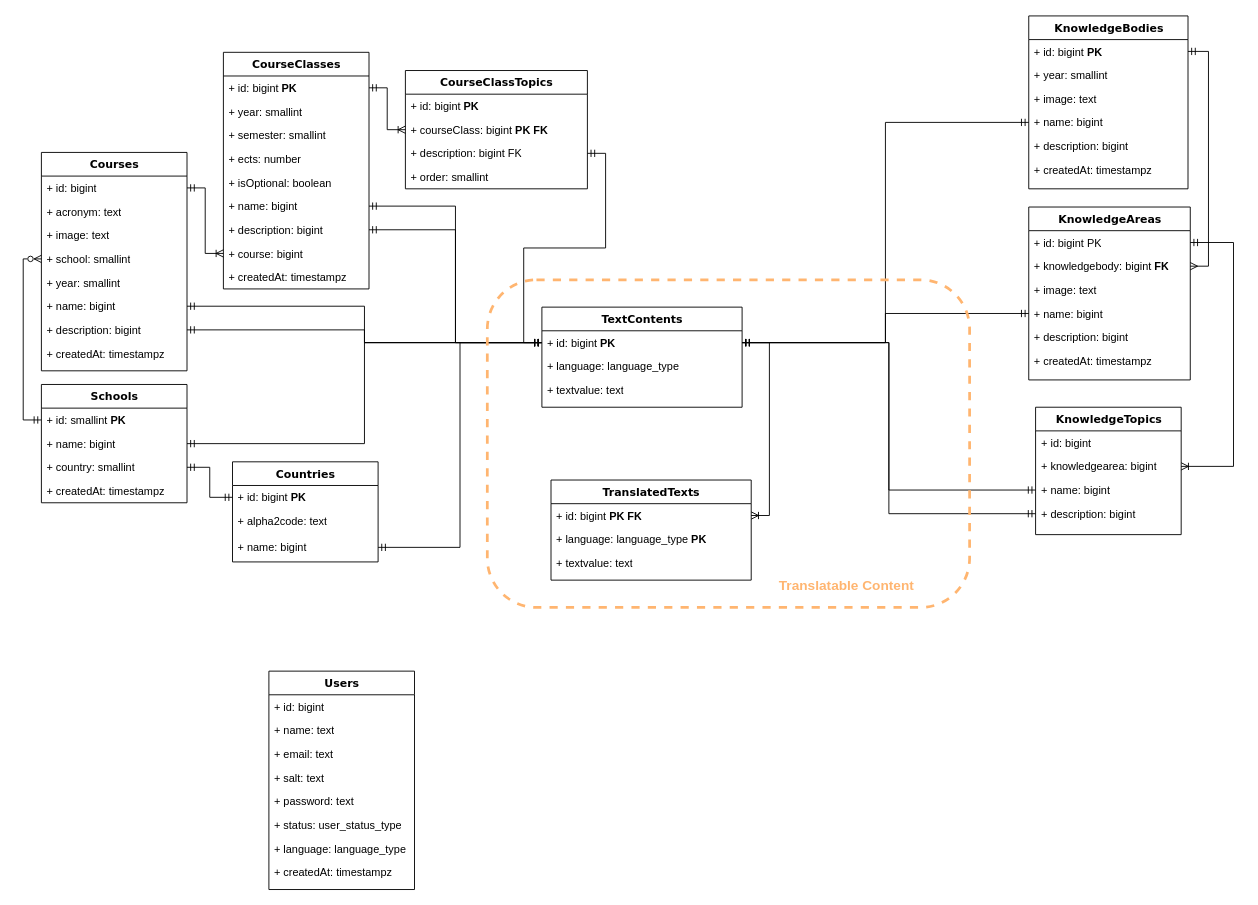
This is src/main/resources/diagrams/SweRanker_ERD.drawio from cmg-aeminium/knowledge, a draw.io file, before an edit. Source tidied: cells renumbered, new cells numbered last; positions are measured from the earlier drawing's top-left corner, leaving out a move shared by most shapes. Both pictures are drawn from the tidied source at 91%, with x=0, y=0 at pixel (41, 15).
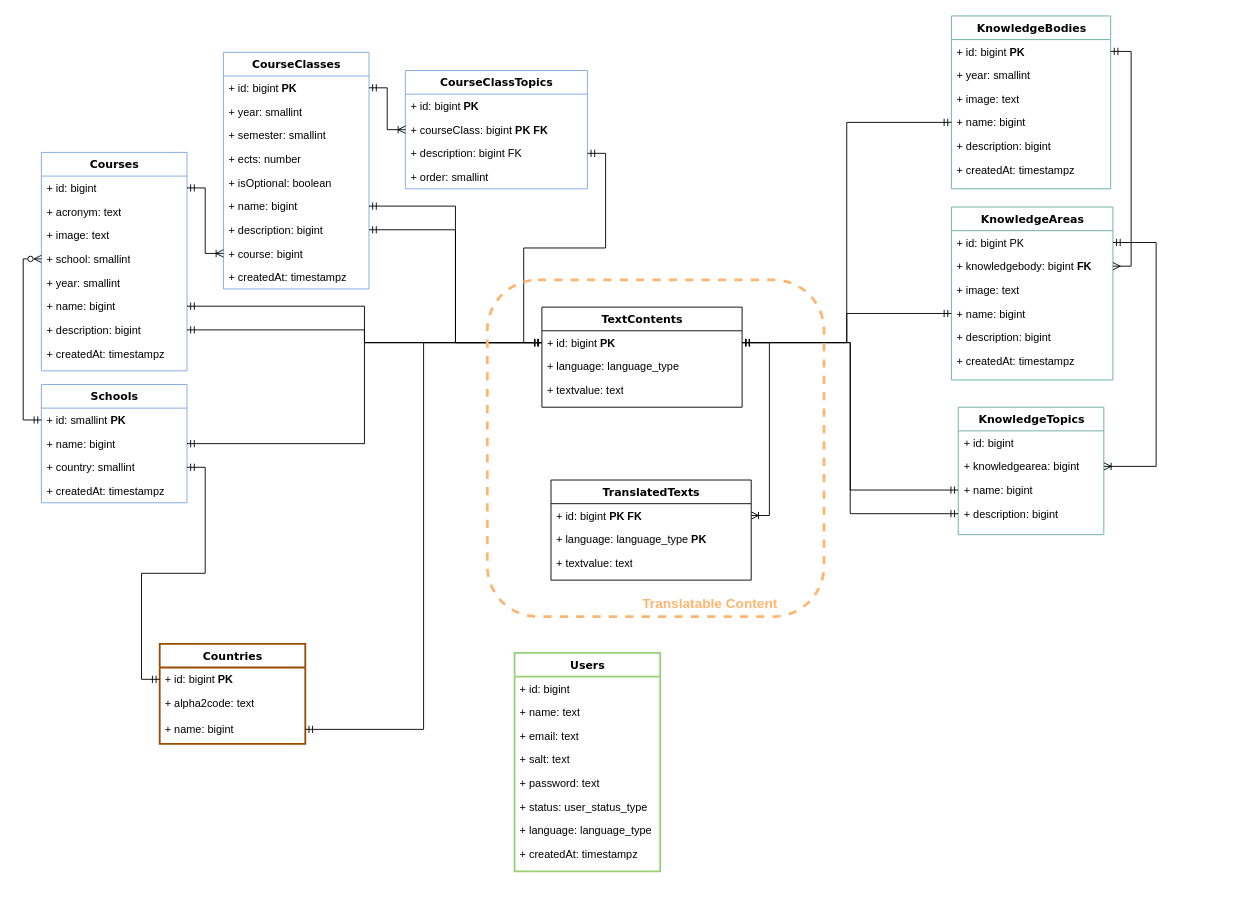
Above is the later version.

The change refers to these unchanged cells:
```xml
<mxCell id="12" value="+ id: bigint PK" style="text;html=1;strokeColor=none;fillColor=none;align=left;verticalAlign=top;spacingLeft=4;spacingRight=4;whiteSpace=wrap;overflow=hidden;points=[[0,0.5],[1,0.5]];portConstraint=eastwest;" parent="11" vertex="1">
  <mxGeometry y="26" width="177.5" height="26" as="geometry" />
</mxCell>
<mxCell id="36" value="+ knowledgearea: bigint" style="text;html=1;strokeColor=none;fillColor=none;align=left;verticalAlign=top;spacingLeft=4;spacingRight=4;whiteSpace=wrap;overflow=hidden;points=[[0,0.5],[1,0.5]];portConstraint=eastwest;" parent="34" vertex="1">
  <mxGeometry y="52" width="160" height="26" as="geometry" />
</mxCell>
<mxCell id="86" value="+ id: bigint &lt;b&gt;PK FK&lt;/b&gt;" style="text;html=1;strokeColor=none;fillColor=none;align=left;verticalAlign=top;spacingLeft=4;spacingRight=4;whiteSpace=wrap;overflow=hidden;points=[[0,0.5],[1,0.5]];portConstraint=eastwest;" parent="85" vertex="1">
  <mxGeometry y="26" width="220" height="26" as="geometry" />
</mxCell>
```

Change to the diagram source:
```diff
@@
-    <mxCell id="2" value="Courses" style="swimlane;html=1;fontStyle=1;align=center;verticalAlign=top;horizontal=1;startSize=26;swimlaneFillColor=#ffffff;rounded=0;shadow=0;comic=0;labelBackgroundColor=none;strokeWidth=1;fillColor=none;fontFamily=Verdana;fontSize=12;" parent="1" vertex="1">
+    <mxCell id="2" value="Courses" style="swimlane;html=1;fontStyle=1;align=center;verticalAlign=top;horizontal=1;startSize=26;swimlaneFillColor=#ffffff;rounded=0;shadow=0;comic=0;labelBackgroundColor=none;strokeWidth=1;fillColor=none;fontFamily=Verdana;fontSize=12;strokeColor=#7EA6E0;" parent="1" vertex="1">
       <mxGeometry y="150" width="160" height="240" as="geometry" />
     </mxCell>
@@
-    <mxCell id="11" value="KnowledgeAreas" style="swimlane;html=1;fontStyle=1;align=center;verticalAlign=top;horizontal=1;startSize=26;swimlaneFillColor=#ffffff;rounded=0;shadow=0;comic=0;labelBackgroundColor=none;strokeWidth=1;fillColor=none;fontFamily=Verdana;fontSize=12;" parent="1" vertex="1">
-      <mxGeometry x="1085" y="210" width="177.5" height="190" as="geometry" />
+    <mxCell id="11" value="KnowledgeAreas" style="swimlane;html=1;fontStyle=1;align=center;verticalAlign=top;horizontal=1;startSize=26;swimlaneFillColor=#ffffff;rounded=0;shadow=0;comic=0;labelBackgroundColor=none;strokeWidth=1;fillColor=none;fontFamily=Verdana;fontSize=12;strokeColor=#67AB9F;" parent="1" vertex="1">
+      <mxGeometry x="1000" y="210" width="177.5" height="190" as="geometry" />
     </mxCell>
@@
-    <mxCell id="19" value="Schools" style="swimlane;html=1;fontStyle=1;align=center;verticalAlign=top;horizontal=1;startSize=26;swimlaneFillColor=#ffffff;rounded=0;shadow=0;comic=0;labelBackgroundColor=none;strokeWidth=1;fillColor=none;fontFamily=Verdana;fontSize=12;" parent="1" vertex="1">
+    <mxCell id="19" value="Schools" style="swimlane;html=1;fontStyle=1;align=center;verticalAlign=top;horizontal=1;startSize=26;swimlaneFillColor=#ffffff;rounded=0;shadow=0;comic=0;labelBackgroundColor=none;strokeWidth=1;fillColor=none;fontFamily=Verdana;fontSize=12;strokeColor=#7EA6E0;" parent="1" vertex="1">
       <mxGeometry y="405" width="160" height="130" as="geometry" />
     </mxCell>
@@
-    <mxCell id="24" value="CourseClasses" style="swimlane;html=1;fontStyle=1;align=center;verticalAlign=top;horizontal=1;startSize=26;swimlaneFillColor=#ffffff;rounded=0;shadow=0;comic=0;labelBackgroundColor=none;strokeWidth=1;fillColor=none;fontFamily=Verdana;fontSize=12;" parent="1" vertex="1">
+    <mxCell id="24" value="CourseClasses" style="swimlane;html=1;fontStyle=1;align=center;verticalAlign=top;horizontal=1;startSize=26;swimlaneFillColor=#ffffff;rounded=0;shadow=0;comic=0;labelBackgroundColor=none;strokeWidth=1;fillColor=none;fontFamily=Verdana;fontSize=12;strokeColor=#7EA6E0;" parent="1" vertex="1">
       <mxGeometry x="200" y="40" width="160" height="260" as="geometry" />
     </mxCell>
@@
-    <mxCell id="34" value="KnowledgeTopics" style="swimlane;html=1;fontStyle=1;align=center;verticalAlign=top;horizontal=1;startSize=26;swimlaneFillColor=#ffffff;rounded=0;shadow=0;comic=0;labelBackgroundColor=none;strokeWidth=1;fillColor=none;fontFamily=Verdana;fontSize=12;" parent="1" vertex="1">
-      <mxGeometry x="1092.5" y="430" width="160" height="140" as="geometry" />
+    <mxCell id="34" value="KnowledgeTopics" style="swimlane;html=1;fontStyle=1;align=center;verticalAlign=top;horizontal=1;startSize=26;swimlaneFillColor=#ffffff;rounded=0;shadow=0;comic=0;labelBackgroundColor=none;strokeWidth=1;fillColor=none;fontFamily=Verdana;fontSize=12;strokeColor=#67AB9F;" parent="1" vertex="1">
+      <mxGeometry x="1007.5" y="430" width="160" height="140" as="geometry" />
     </mxCell>
@@
     <mxCell id="40" style="edgeStyle=orthogonalEdgeStyle;rounded=0;jettySize=auto;html=1;exitX=1;exitY=0.5;exitDx=0;exitDy=0;endArrow=ERoneToMany;endFill=0;startArrow=ERmandOne;startFill=0;entryX=1;entryY=0.5;entryDx=0;entryDy=0;" parent="1" edge="1" source="12" target="36">
       <mxGeometry relative="1" as="geometry">
         <Array as="points">
-          <mxPoint x="1310" y="249" />
-          <mxPoint x="1310" y="495" />
+          <mxPoint x="1225" y="249" />
+          <mxPoint x="1225" y="495" />
         </Array>
       </mxGeometry>
     </mxCell>
@@
-    <mxCell id="44" value="Countries" style="swimlane;html=1;fontStyle=1;align=center;verticalAlign=top;horizontal=1;startSize=26;swimlaneFillColor=#ffffff;rounded=0;shadow=0;comic=0;labelBackgroundColor=none;strokeWidth=1;fillColor=none;fontFamily=Verdana;fontSize=12;" parent="1" vertex="1">
-      <mxGeometry x="210" y="490" width="160" height="110" as="geometry" />
+    <mxCell id="44" value="Countries" style="swimlane;html=1;fontStyle=1;align=center;verticalAlign=top;horizontal=1;startSize=26;swimlaneFillColor=#ffffff;rounded=0;shadow=0;comic=0;labelBackgroundColor=none;strokeWidth=2;fillColor=none;fontFamily=Verdana;fontSize=12;strokeColor=#994C00;" parent="1" vertex="1">
+      <mxGeometry x="130" y="690" width="160" height="110" as="geometry" />
     </mxCell>
@@
-    <mxCell id="52" value="CourseClassTopics" style="swimlane;html=1;fontStyle=1;align=center;verticalAlign=top;horizontal=1;startSize=26;swimlaneFillColor=#ffffff;rounded=0;shadow=0;comic=0;labelBackgroundColor=none;strokeWidth=1;fillColor=none;fontFamily=Verdana;fontSize=12;" parent="1" vertex="1">
+    <mxCell id="52" value="CourseClassTopics" style="swimlane;html=1;fontStyle=1;align=center;verticalAlign=top;horizontal=1;startSize=26;swimlaneFillColor=#ffffff;rounded=0;shadow=0;comic=0;labelBackgroundColor=none;strokeWidth=1;fillColor=none;fontFamily=Verdana;fontSize=12;strokeColor=#7EA6E0;" parent="1" vertex="1">
       <mxGeometry x="400" y="60" width="200" height="130" as="geometry" />
     </mxCell>
@@
-    <mxCell id="59" value="KnowledgeBodies" style="swimlane;html=1;fontStyle=1;align=center;verticalAlign=top;horizontal=1;startSize=26;swimlaneFillColor=#ffffff;rounded=0;shadow=0;comic=0;labelBackgroundColor=none;strokeWidth=1;fillColor=none;fontFamily=Verdana;fontSize=12;" parent="1" vertex="1">
-      <mxGeometry x="1085" width="175" height="190" as="geometry" />
+    <mxCell id="59" value="KnowledgeBodies" style="swimlane;html=1;fontStyle=1;align=center;verticalAlign=top;horizontal=1;startSize=26;swimlaneFillColor=#ffffff;rounded=0;shadow=0;comic=0;labelBackgroundColor=none;strokeWidth=1;fillColor=none;fontFamily=Verdana;fontSize=12;strokeColor=#67AB9F;" parent="1" vertex="1">
+      <mxGeometry x="1000" width="175" height="190" as="geometry" />
     </mxCell>
@@
-    <mxCell id="72" value="Users" style="swimlane;html=1;fontStyle=1;align=center;verticalAlign=top;horizontal=1;startSize=26;swimlaneFillColor=#ffffff;rounded=0;shadow=0;comic=0;labelBackgroundColor=none;strokeWidth=1;fillColor=none;fontFamily=Verdana;fontSize=12;" parent="1" vertex="1">
-      <mxGeometry x="250" y="720" width="160" height="240" as="geometry" />
+    <mxCell id="72" value="Users" style="swimlane;html=1;fontStyle=1;align=center;verticalAlign=top;horizontal=1;startSize=26;swimlaneFillColor=#ffffff;rounded=0;shadow=0;comic=0;labelBackgroundColor=none;strokeWidth=2;fillColor=none;fontFamily=Verdana;fontSize=12;strokeColor=#97D077;" parent="1" vertex="1">
+      <mxGeometry x="520" y="700" width="160" height="240" as="geometry" />
     </mxCell>
@@
-    <mxCell id="81" style="group;" parent="1" vertex="1">
-      <mxGeometry x="490" y="290" width="530" height="360" as="geometry" />
-    </mxCell>
-    <mxCell id="82" style="group;" parent="81" vertex="1">
-      <mxGeometry width="530" height="360" as="geometry" />
-    </mxCell>
+    <mxCell id="89" value="TextContents" style="swimlane;html=1;fontStyle=1;align=center;verticalAlign=top;horizontal=1;startSize=26;swimlaneFillColor=#ffffff;rounded=0;shadow=0;comic=0;labelBackgroundColor=none;strokeWidth=1;fillColor=none;fontFamily=Verdana;fontSize=12;" parent="1" vertex="1">
+      <mxGeometry x="550" y="320" width="220" height="110" as="geometry" />
+    </mxCell>
+    <mxCell id="90" value="+ id: bigint &lt;b&gt;PK&lt;/b&gt;" style="text;html=1;strokeColor=none;fillColor=none;align=left;verticalAlign=top;spacingLeft=4;spacingRight=4;whiteSpace=wrap;overflow=hidden;points=[[0,0.5],[1,0.5]];portConstraint=eastwest;" parent="89" vertex="1">
+      <mxGeometry y="26" width="220" height="26" as="geometry" />
+    </mxCell>
+    <mxCell id="91" value="+ language: language_type" style="text;html=1;strokeColor=none;fillColor=none;align=left;verticalAlign=top;spacingLeft=4;spacingRight=4;whiteSpace=wrap;overflow=hidden;" parent="89" vertex="1">
+      <mxGeometry y="52" width="220" height="26" as="geometry" />
+    </mxCell>
+    <mxCell id="92" value="+ textvalue: text" style="text;html=1;strokeColor=none;fillColor=none;align=left;verticalAlign=top;spacingLeft=4;spacingRight=4;whiteSpace=wrap;overflow=hidden;" parent="89" vertex="1">
+      <mxGeometry y="78" width="220" height="26" as="geometry" />
+    </mxCell>
+    <mxCell id="93" style="edgeStyle=orthogonalEdgeStyle;rounded=0;jettySize=auto;html=1;exitX=1;exitY=0.5;exitDx=0;exitDy=0;entryX=1;entryY=0.5;entryDx=0;entryDy=0;startArrow=ERmandOne;startFill=0;endArrow=ERoneToMany;endFill=0;" parent="1" edge="1" source="90" target="86">
+      <mxGeometry relative="1" as="geometry" />
+    </mxCell>
-    <mxCell id="83" style="rounded=1;whiteSpace=wrap;html=1;dashed=1;fillColor=none;fontColor=#333333;strokeColor=#FFB570;strokeWidth=3;" parent="82" vertex="1">
-      <mxGeometry width="530" height="360" as="geometry" />
+    <mxCell id="83" style="rounded=1;whiteSpace=wrap;html=1;dashed=1;fillColor=none;fontColor=#333333;strokeColor=#FFB570;strokeWidth=3;" parent="1" vertex="1">
+      <mxGeometry x="490" y="290" width="370" height="370" as="geometry" />
     </mxCell>
-    <mxCell id="84" value="&lt;font style=&quot;font-size: 15px;&quot;&gt;Translatable Content&lt;/font&gt;" style="text;html=1;align=center;verticalAlign=middle;whiteSpace=wrap;rounded=0;fontColor=#FFB570;fontStyle=1;" parent="82" vertex="1">
-      <mxGeometry x="290" y="320" width="210" height="30" as="geometry" />
+    <mxCell id="84" value="&lt;font style=&quot;font-size: 15px;&quot;&gt;Translatable Content&lt;/font&gt;" style="text;html=1;align=center;verticalAlign=middle;whiteSpace=wrap;rounded=0;fontColor=#FFB570;fontStyle=1;" parent="1" vertex="1">
+      <mxGeometry x="630" y="630" width="210" height="30" as="geometry" />
     </mxCell>
-    <mxCell id="85" value="TranslatedTexts" style="swimlane;html=1;fontStyle=1;align=center;verticalAlign=top;horizontal=1;startSize=26;swimlaneFillColor=#ffffff;rounded=0;shadow=0;comic=0;labelBackgroundColor=none;strokeWidth=1;fillColor=none;fontFamily=Verdana;fontSize=12;" parent="82" vertex="1">
-      <mxGeometry x="70" y="220" width="220" height="110" as="geometry" />
+    <mxCell id="85" value="TranslatedTexts" style="swimlane;html=1;fontStyle=1;align=center;verticalAlign=top;horizontal=1;startSize=26;swimlaneFillColor=#ffffff;rounded=0;shadow=0;comic=0;labelBackgroundColor=none;strokeWidth=1;fillColor=none;fontFamily=Verdana;fontSize=12;" parent="1" vertex="1">
+      <mxGeometry x="560" y="510" width="220" height="110" as="geometry" />
     </mxCell>
@@
-    <mxCell id="89" value="TextContents" style="swimlane;html=1;fontStyle=1;align=center;verticalAlign=top;horizontal=1;startSize=26;swimlaneFillColor=#ffffff;rounded=0;shadow=0;comic=0;labelBackgroundColor=none;strokeWidth=1;fillColor=none;fontFamily=Verdana;fontSize=12;" parent="81" vertex="1">
-      <mxGeometry x="60" y="30" width="220" height="110" as="geometry" />
-    </mxCell>
-    <mxCell id="90" value="+ id: bigint &lt;b&gt;PK&lt;/b&gt;" style="text;html=1;strokeColor=none;fillColor=none;align=left;verticalAlign=top;spacingLeft=4;spacingRight=4;whiteSpace=wrap;overflow=hidden;points=[[0,0.5],[1,0.5]];portConstraint=eastwest;" parent="89" vertex="1">
-      <mxGeometry y="26" width="220" height="26" as="geometry" />
-    </mxCell>
-    <mxCell id="91" value="+ language: language_type" style="text;html=1;strokeColor=none;fillColor=none;align=left;verticalAlign=top;spacingLeft=4;spacingRight=4;whiteSpace=wrap;overflow=hidden;" parent="89" vertex="1">
-      <mxGeometry y="52" width="220" height="26" as="geometry" />
-    </mxCell>
-    <mxCell id="92" value="+ textvalue: text" style="text;html=1;strokeColor=none;fillColor=none;align=left;verticalAlign=top;spacingLeft=4;spacingRight=4;whiteSpace=wrap;overflow=hidden;" parent="89" vertex="1">
-      <mxGeometry y="78" width="220" height="26" as="geometry" />
-    </mxCell>
-    <mxCell id="93" style="edgeStyle=orthogonalEdgeStyle;rounded=0;jettySize=auto;html=1;exitX=1;exitY=0.5;exitDx=0;exitDy=0;entryX=1;entryY=0.5;entryDx=0;entryDy=0;startArrow=ERmandOne;startFill=0;endArrow=ERoneToMany;endFill=0;" parent="81" edge="1" source="90" target="86">
-      <mxGeometry relative="1" as="geometry" />
-    </mxCell>
```
